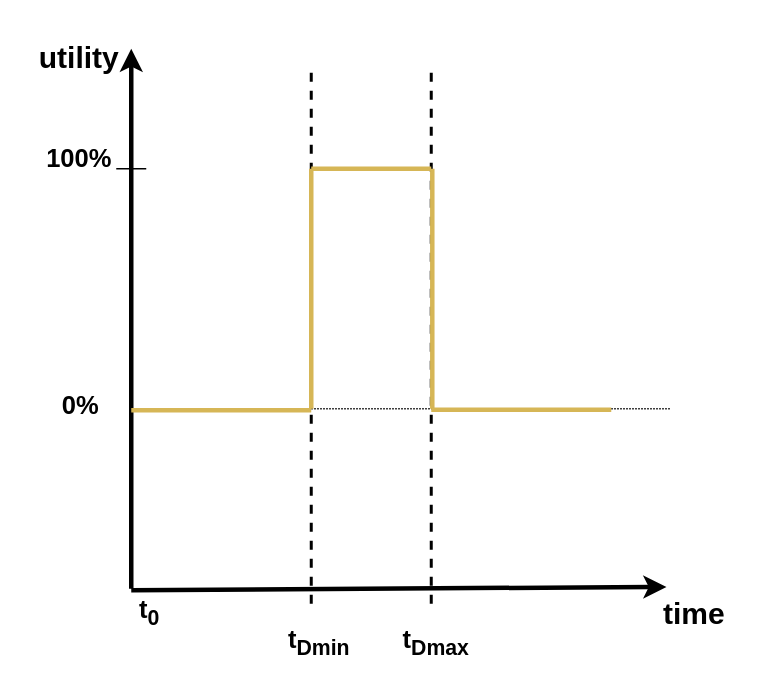
Earlier version of the draw.io diagram thesis/drawio/firm-real-time.drawio (studhascja/Masterthesis). Source tidied: cells renumbered, new cells numbered last; positions are measured from the earlier drawing's top-left corner, leaving out a move shared by most shapes. Both pictures are drawn from the tidied source at 150%, with x=0, y=0 at pixel (26, 26).
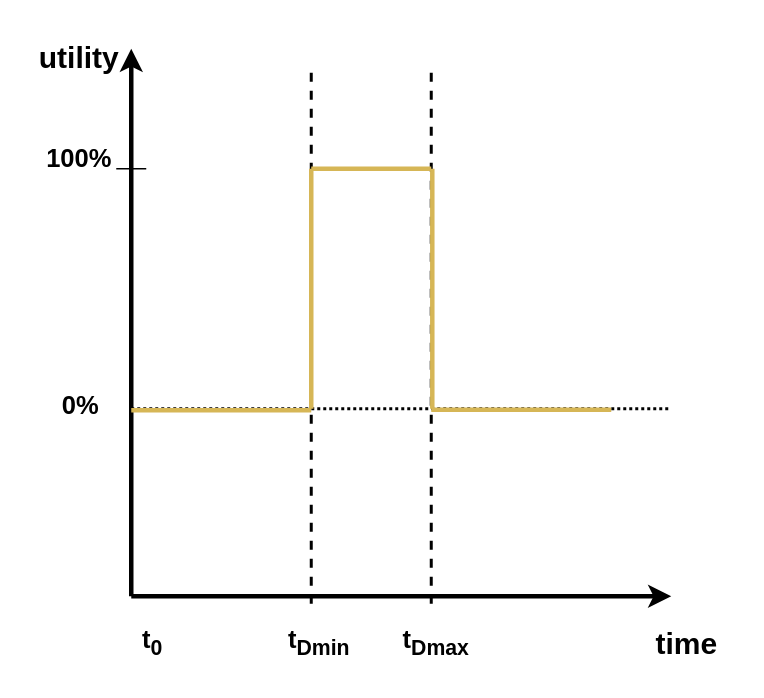
Above is the later version.

Diff of the diagram source:
```diff
@@
-    <mxCell id="2" style="endArrow=none;html=1;strokeWidth=1;rounded=0;dashed=1;dashPattern=1 1;fontStyle=1;fontSize=17;" parent="1" edge="1">
+    <mxCell id="2" style="endArrow=none;html=1;strokeWidth=2;rounded=0;dashed=1;dashPattern=1 1;fontStyle=1;fontSize=17;" parent="1" edge="1">
       <mxGeometry relative="1" as="geometry">
         <mxPoint x="70" y="255" as="sourcePoint" />
         <mxPoint x="430" y="255" as="targetPoint" />
       </mxGeometry>
     </mxCell>
@@
     <mxCell id="4" style="endArrow=classic;html=1;rounded=0;fontStyle=1;fontSize=17;strokeWidth=3;" parent="1" edge="1">
       <mxGeometry relative="1" as="geometry">
-        <mxPoint x="70" y="375" as="sourcePoint" />
+        <mxPoint x="70" y="380" as="sourcePoint" />
         <mxPoint x="70" y="15" as="targetPoint" />
       </mxGeometry>
     </mxCell>
-    <mxCell id="5" style="endArrow=classic;html=1;rounded=0;entryX=0.197;entryY=0.069;entryDx=0;entryDy=0;entryPerimeter=0;fontStyle=1;fontSize=17;strokeWidth=3;" parent="1" edge="1" target="8">
+    <mxCell id="5" style="endArrow=classic;html=1;rounded=0;fontStyle=1;fontSize=17;strokeWidth=3;" parent="1" edge="1">
       <mxGeometry relative="1" as="geometry">
-        <mxPoint x="70" y="376" as="sourcePoint" />
+        <mxPoint x="70" y="380" as="sourcePoint" />
+        <mxPoint x="430" y="380" as="targetPoint" />
       </mxGeometry>
     </mxCell>
@@
     <mxCell id="8" value="time" style="text;html=1;align=center;verticalAlign=middle;points=[];strokeColor=none;fillColor=none;fontStyle=1;fontSize=20;" parent="1" vertex="1">
-      <mxGeometry x="415" y="371" width="60" height="40" as="geometry" />
+      <mxGeometry x="410" y="391" width="60" height="40" as="geometry" />
     </mxCell>
     <mxCell id="9" value="t&lt;sub&gt;0&lt;/sub&gt;" style="text;html=1;align=center;verticalAlign=middle;strokeColor=none;fillColor=none;fontStyle=1;fontSize=17;" parent="1" vertex="1">
-      <mxGeometry x="62" y="371" width="40" height="40" as="geometry" />
+      <mxGeometry x="64" y="391" width="40" height="40" as="geometry" />
     </mxCell>
```
